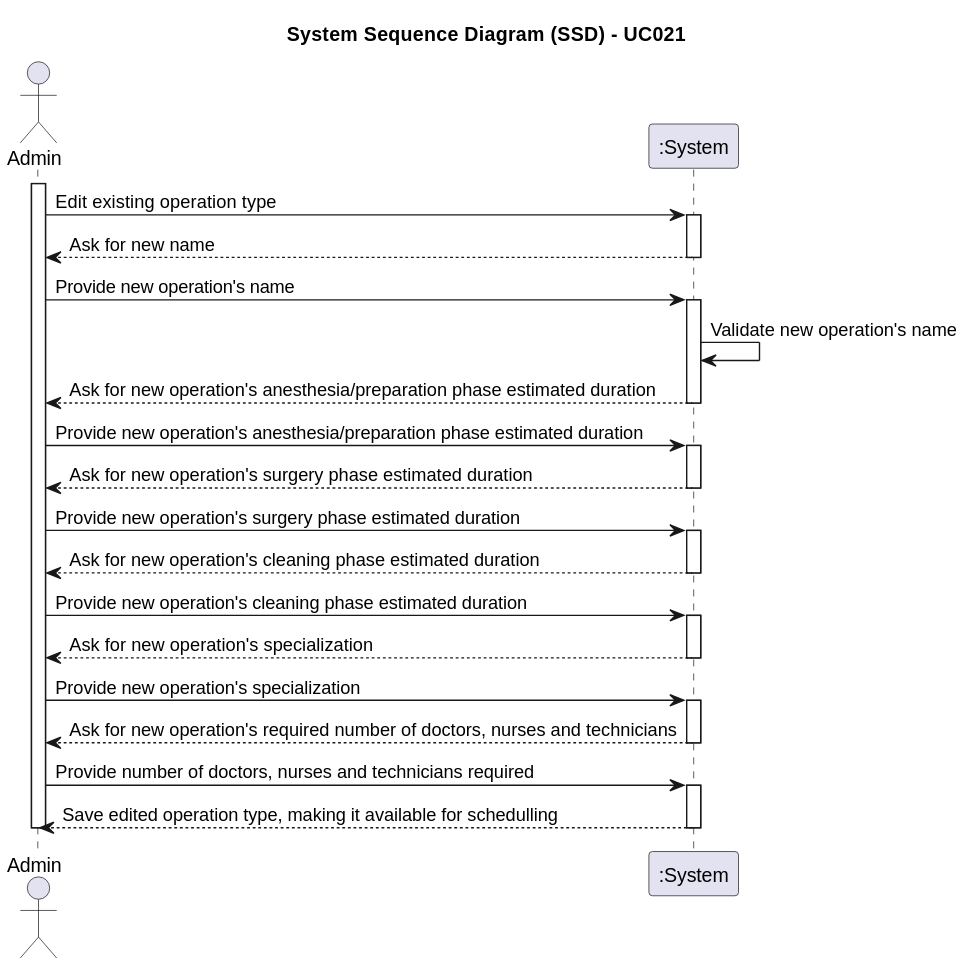
Earlier version of the PlantUML export docs/SprintA/UseCases/UC021/01.requirements-engineering/svg/uc021-system-sequence-diagram.svg (1221124/sem5pi-24-25-g031).
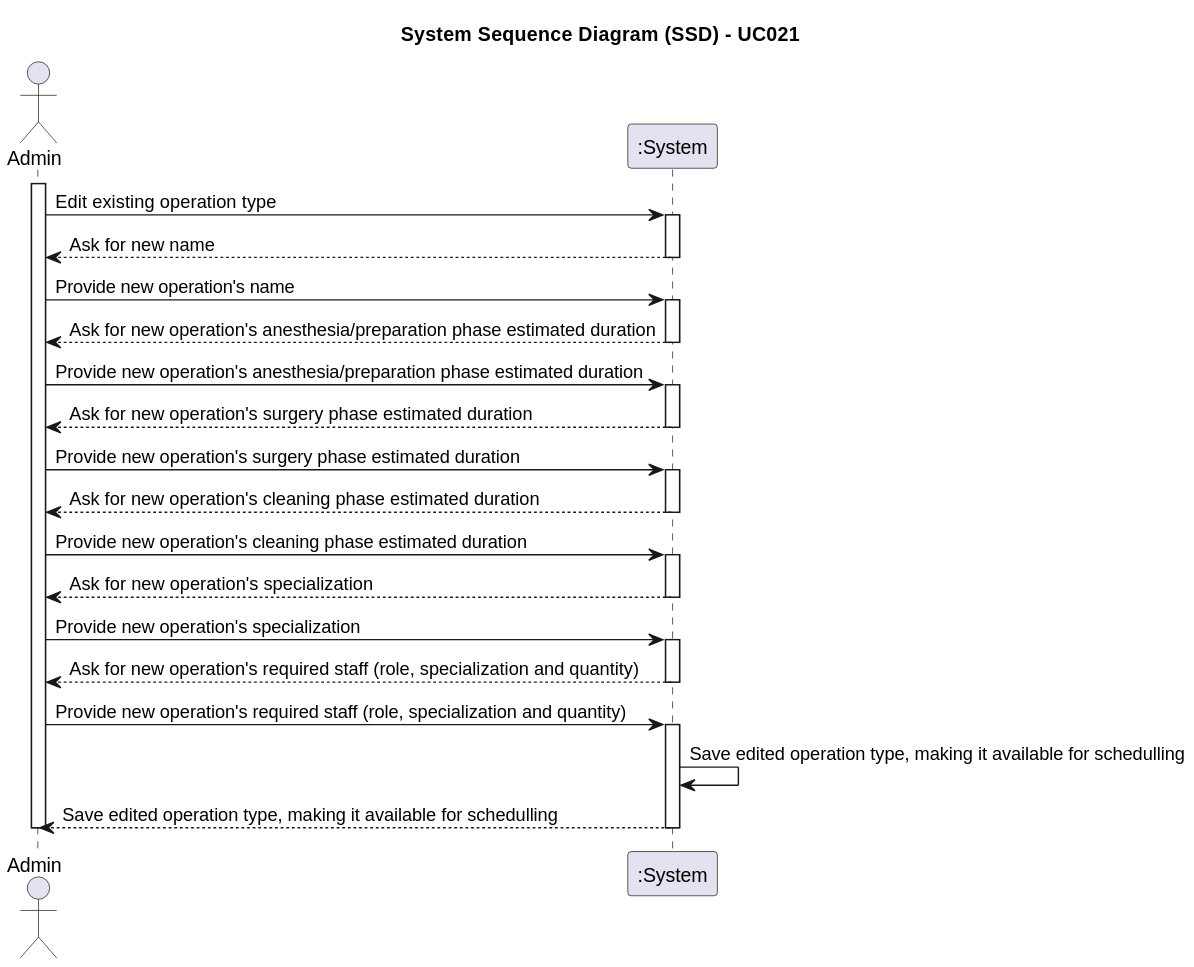
The same diagram one commit later.

Commit message:
#23 UC021: Requirements Engineering - Update SSD

The edit, as a diff of the source:
```diff
@@ -13,8 +13,6 @@
 
     Adm -> System: Provide new operation's name
     activate System
-
-        System -> System: Validate new operation's name
 
         System --> Adm: Ask for new operation's anesthesia/preparation phase estimated duration
     deactivate System
@@ -40,11 +38,13 @@
     Adm -> System: Provide new operation's specialization
     activate System
 
-        System --> Adm: Ask for new operation's required number of doctors, nurses and technicians
+        System --> Adm: Ask for new operation's required staff (role, specialization and quantity)
     deactivate System
 
-    Adm -> System: Provide number of doctors, nurses and technicians required
+    Adm -> System: Provide new operation's required staff (role, specialization and quantity)
     activate System
+
+        System -> System: Save edited operation type, making it available for schedulling
 
         System --> Adm: Save edited operation type, making it available for schedulling
     deactivate System
```
